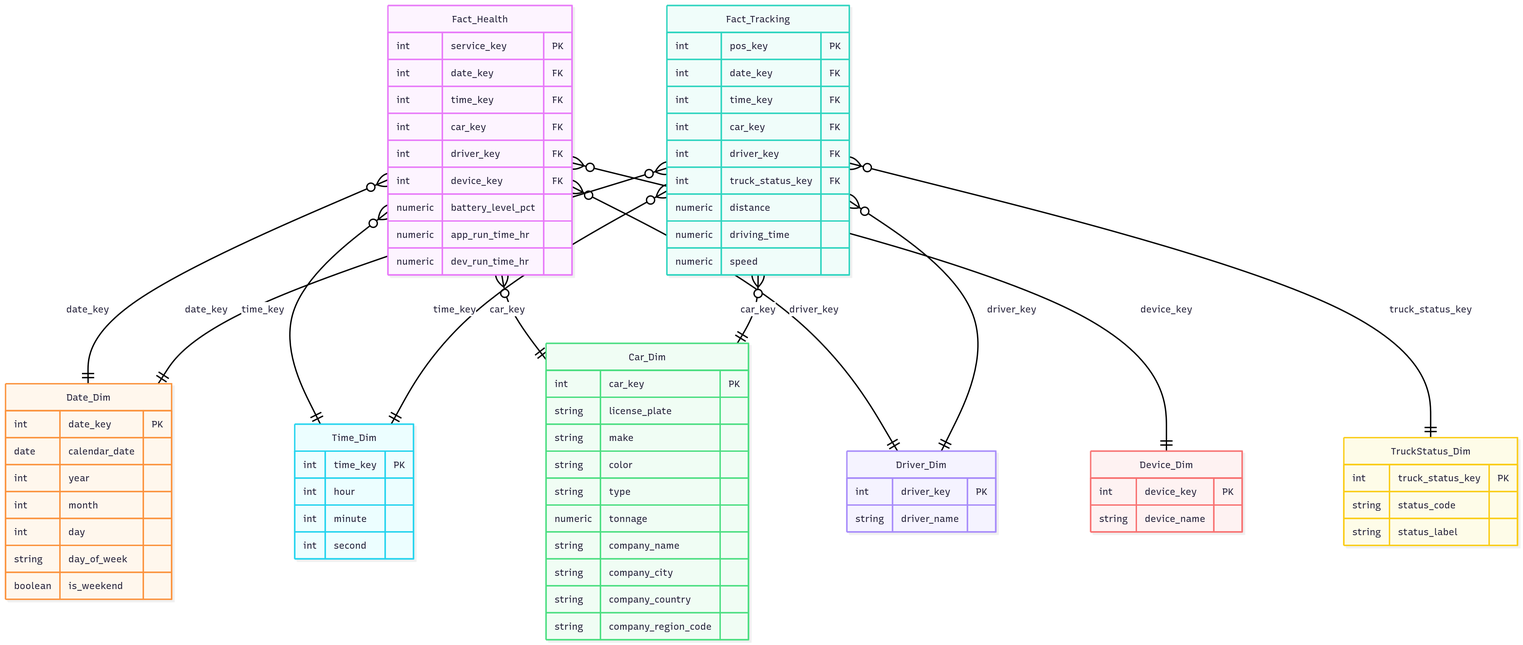
Earlier version of the Mermaid export erd.png (robertvasek/db-systems-for-data-analytics). Its source is kept beside it as erd.mmd.
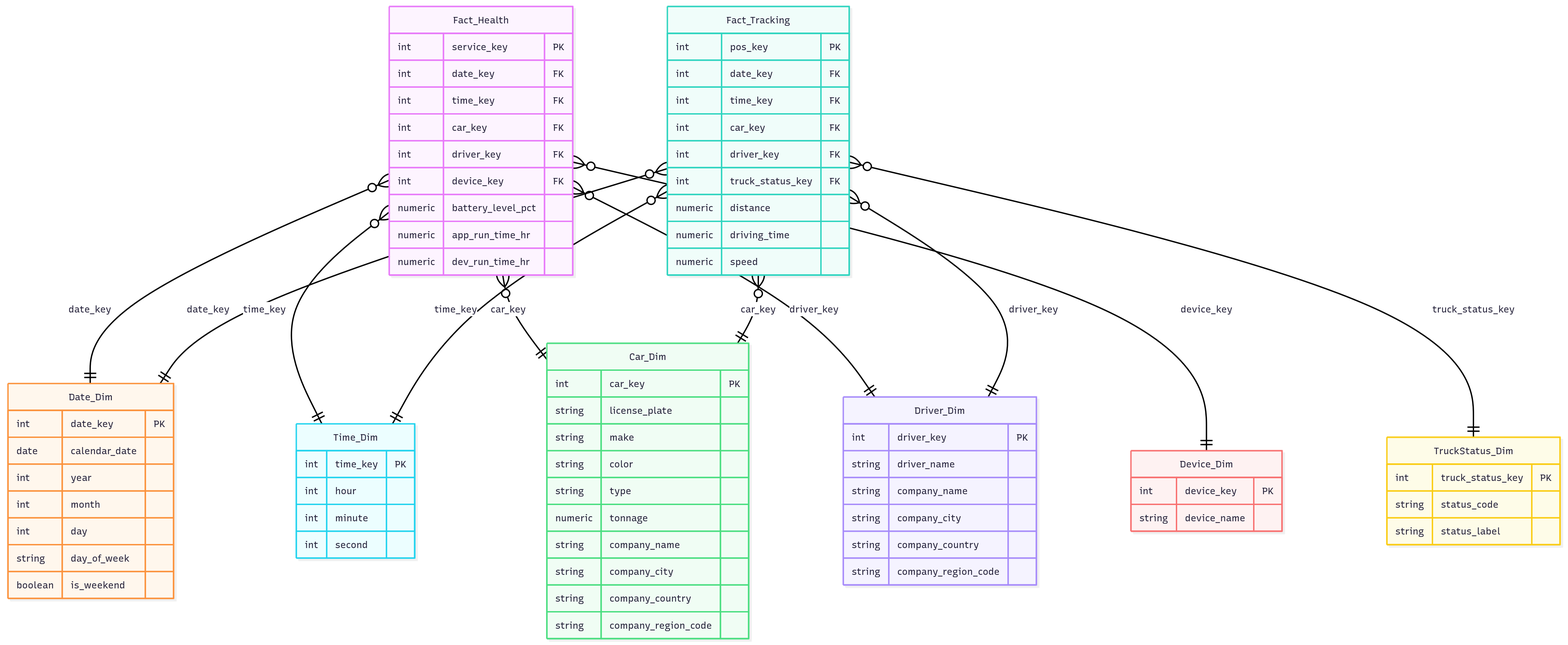
After the change.

The edit, as a diff of the source:
```diff
@@ -56,6 +56,10 @@
   Driver_Dim {
       int    driver_key PK
       string driver_name
+      string company_name
+      string company_city
+      string company_country
+      string company_region_code
   }
 
   Device_Dim {
```
